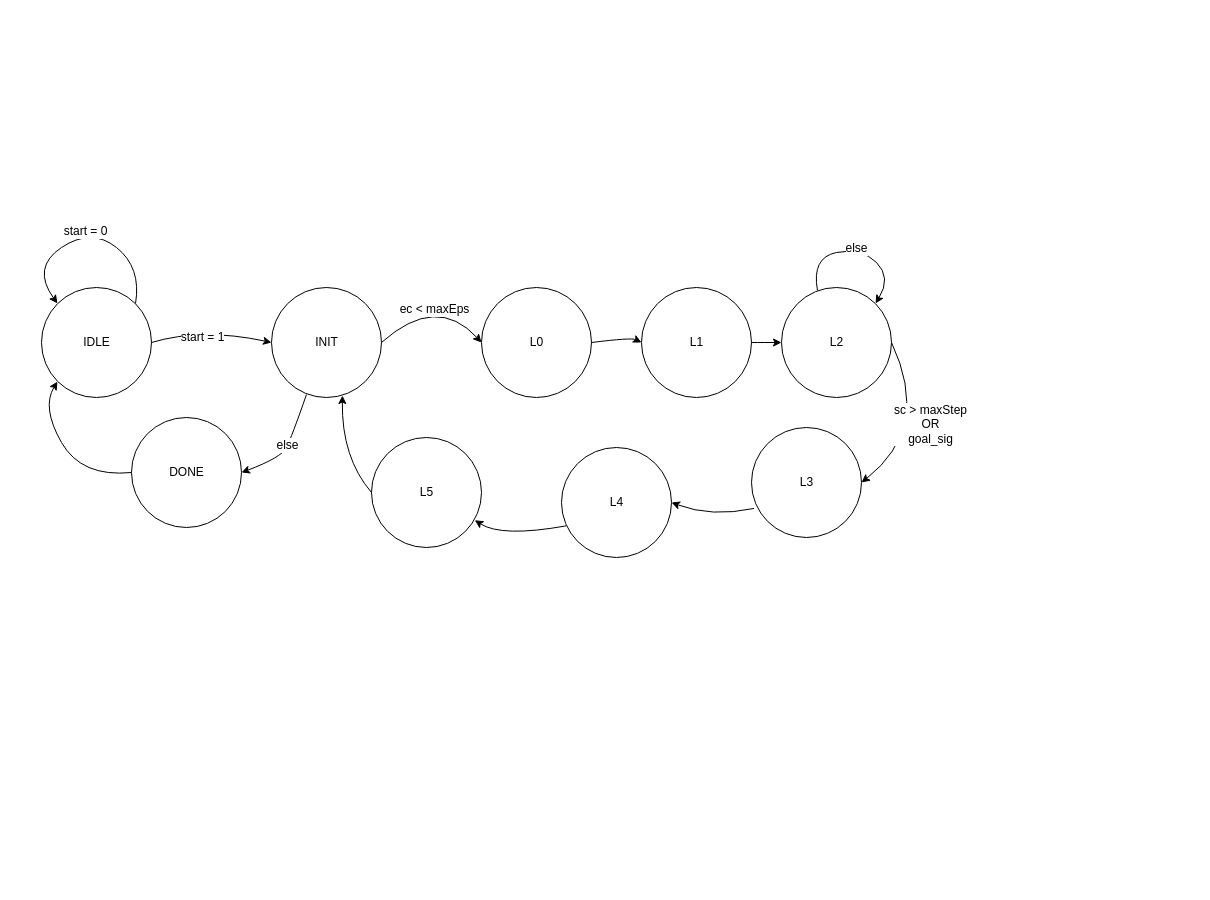
zulfikarna/intelight keeps this draw.io diagram as page "FSM_c2" (3 of 5) of intelight.drawio. Above is the earlier version. Source tidied: cells renumbered, new cells numbered last; positions are measured from the earlier drawing's top-left corner, leaving out a move shared by most shapes. Both pictures are drawn from the tidied source at 100%, with x=0, y=0 at pixel (31, 227).
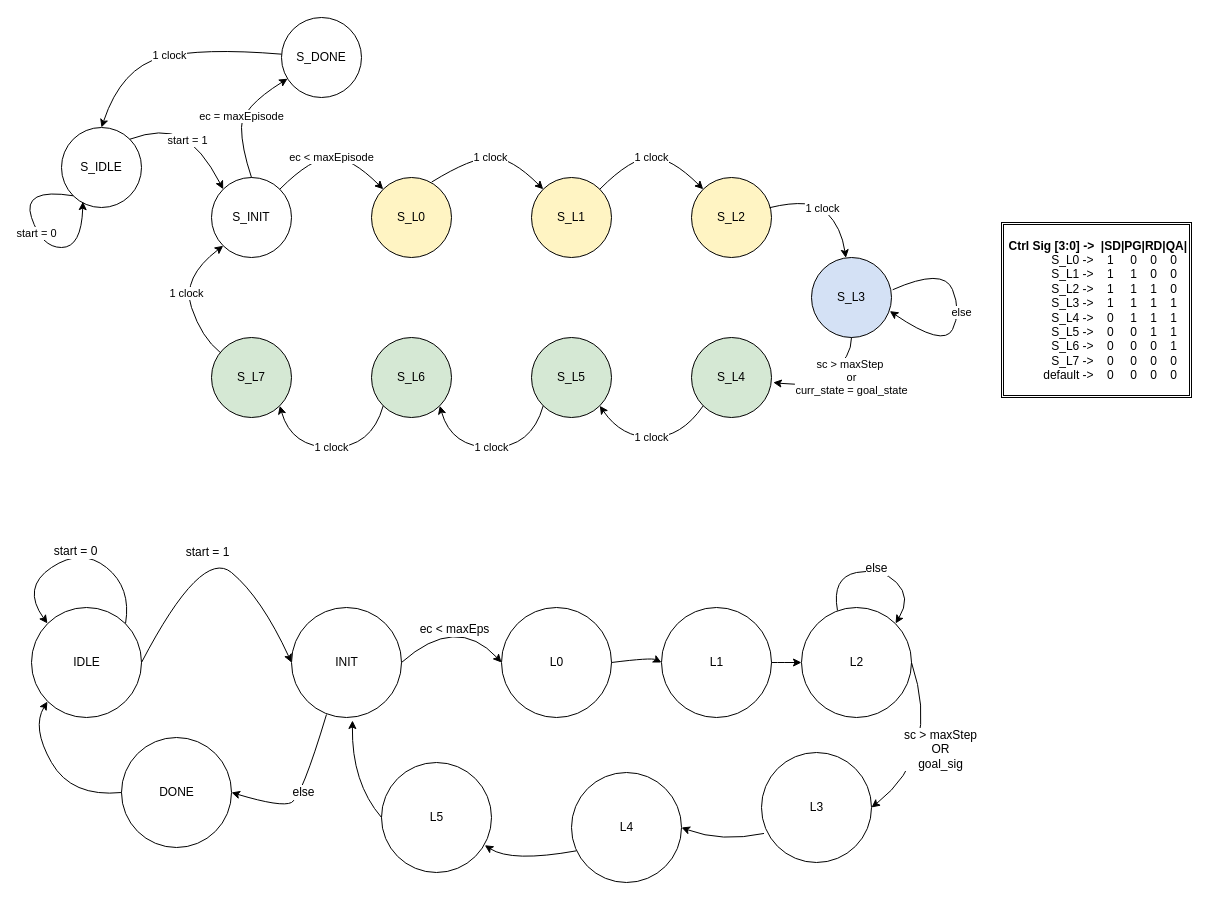
The same diagram, later.

Diff of the diagram source:
```diff
@@
+    <mxCell id="24" value="S_IDLE" style="ellipse;whiteSpace=wrap;html=1;" parent="1" vertex="1">
+      <mxGeometry x="30" y="-100" width="80" height="80" as="geometry" />
+    </mxCell>
     <mxCell id="2" value="IDLE" style="verticalLabelPosition=middle;verticalAlign=middle;html=1;shape=mxgraph.flowchart.on-page_reference;labelPosition=center;align=center;" parent="1" vertex="1">
-      <mxGeometry x="10" y="60" width="110" height="110" as="geometry" />
+      <mxGeometry y="380" width="110" height="110" as="geometry" />
     </mxCell>
+    <mxCell id="25" value="S_INIT" style="ellipse;whiteSpace=wrap;html=1;" parent="1" vertex="1">
+      <mxGeometry x="180" y="-50" width="80" height="80" as="geometry" />
+    </mxCell>
     <mxCell id="3" value="L2" style="verticalLabelPosition=middle;verticalAlign=middle;html=1;shape=mxgraph.flowchart.on-page_reference;labelPosition=center;align=center;" parent="1" vertex="1">
-      <mxGeometry x="750" y="60" width="110" height="110" as="geometry" />
+      <mxGeometry x="770" y="380" width="110" height="110" as="geometry" />
     </mxCell>
+    <mxCell id="26" value="start = 0" style="curved=1;endArrow=classic;html=1;rounded=0;exitX=0;exitY=1;exitDx=0;exitDy=0;entryX=0.268;entryY=0.927;entryDx=0;entryDy=0;entryPerimeter=0;" parent="1" edge="1" source="24" target="24">
+      <mxGeometry relative="1" as="geometry">
+        <Array as="points">
+          <mxPoint x="-10" y="-40" />
+          <mxPoint x="10" y="20" />
+          <mxPoint x="50" y="20" />
+        </Array>
+      </mxGeometry>
+    </mxCell>
     <mxCell id="4" value="L1" style="verticalLabelPosition=middle;verticalAlign=middle;html=1;shape=mxgraph.flowchart.on-page_reference;labelPosition=center;align=center;" parent="1" vertex="1">
-      <mxGeometry x="610" y="60" width="110" height="110" as="geometry" />
+      <mxGeometry x="630" y="380" width="110" height="110" as="geometry" />
     </mxCell>
+    <mxCell id="27" value="S_L0" style="ellipse;whiteSpace=wrap;html=1;fillColor=#FFF4C3;" parent="1" vertex="1">
+      <mxGeometry x="340" y="-50" width="80" height="80" as="geometry" />
+    </mxCell>
     <mxCell id="5" value="L0" style="verticalLabelPosition=middle;verticalAlign=middle;html=1;shape=mxgraph.flowchart.on-page_reference;labelPosition=center;align=center;" parent="1" vertex="1">
-      <mxGeometry x="450" y="60" width="110" height="110" as="geometry" />
+      <mxGeometry x="470" y="380" width="110" height="110" as="geometry" />
     </mxCell>
+    <mxCell id="28" value="S_L1" style="ellipse;whiteSpace=wrap;html=1;fillColor=#FFF4C3;" parent="1" vertex="1">
+      <mxGeometry x="500" y="-50" width="80" height="80" as="geometry" />
+    </mxCell>
     <mxCell id="6" value="DONE" style="verticalLabelPosition=middle;verticalAlign=middle;html=1;shape=mxgraph.flowchart.on-page_reference;labelPosition=center;align=center;" parent="1" vertex="1">
-      <mxGeometry x="100" y="190" width="110" height="110" as="geometry" />
+      <mxGeometry x="90" y="510" width="110" height="110" as="geometry" />
     </mxCell>
+    <mxCell id="29" value="S_L2" style="ellipse;whiteSpace=wrap;html=1;fillColor=#FFF4C3;" parent="1" vertex="1">
+      <mxGeometry x="660" y="-50" width="80" height="80" as="geometry" />
+    </mxCell>
     <mxCell id="7" value="INIT" style="verticalLabelPosition=middle;verticalAlign=middle;html=1;shape=mxgraph.flowchart.on-page_reference;labelPosition=center;align=center;" parent="1" vertex="1">
-      <mxGeometry x="240" y="60" width="110" height="110" as="geometry" />
+      <mxGeometry x="260" y="380" width="110" height="110" as="geometry" />
     </mxCell>
+    <mxCell id="30" value="S_L3" style="ellipse;whiteSpace=wrap;html=1;fillColor=#D4E1F5;" parent="1" vertex="1">
+      <mxGeometry x="780" y="30" width="80" height="80" as="geometry" />
+    </mxCell>
     <mxCell id="8" value="L5" style="verticalLabelPosition=middle;verticalAlign=middle;html=1;shape=mxgraph.flowchart.on-page_reference;labelPosition=center;align=center;" parent="1" vertex="1">
-      <mxGeometry x="340" y="210" width="110" height="110" as="geometry" />
+      <mxGeometry x="350" y="535" width="110" height="110" as="geometry" />
     </mxCell>
+    <mxCell id="31" value="S_L4" style="ellipse;whiteSpace=wrap;html=1;fillColor=#D5E8D4;" parent="1" vertex="1">
+      <mxGeometry x="660" y="110" width="80" height="80" as="geometry" />
+    </mxCell>
     <mxCell id="9" value="L4" style="verticalLabelPosition=middle;verticalAlign=middle;html=1;shape=mxgraph.flowchart.on-page_reference;labelPosition=center;align=center;" parent="1" vertex="1">
-      <mxGeometry x="530" y="220" width="110" height="110" as="geometry" />
+      <mxGeometry x="540" y="545" width="110" height="110" as="geometry" />
     </mxCell>
+    <mxCell id="32" value="S_L5" style="ellipse;whiteSpace=wrap;html=1;fillColor=#D5E8D4;" parent="1" vertex="1">
+      <mxGeometry x="500" y="110" width="80" height="80" as="geometry" />
+    </mxCell>
     <mxCell id="10" value="L3" style="verticalLabelPosition=middle;verticalAlign=middle;html=1;shape=mxgraph.flowchart.on-page_reference;labelPosition=center;align=center;" parent="1" vertex="1">
-      <mxGeometry x="720" y="200" width="110" height="110" as="geometry" />
+      <mxGeometry x="730" y="525" width="110" height="110" as="geometry" />
     </mxCell>
+    <mxCell id="33" value="S_L6" style="ellipse;whiteSpace=wrap;html=1;fillColor=#D5E8D4;" parent="1" vertex="1">
+      <mxGeometry x="340" y="110" width="80" height="80" as="geometry" />
+    </mxCell>
     <mxCell id="11" value="else" style="curved=1;endArrow=classic;html=1;rounded=0;entryX=1;entryY=0.5;entryDx=0;entryDy=0;entryPerimeter=0;exitX=0.318;exitY=0.973;exitDx=0;exitDy=0;exitPerimeter=0;fontSize=12;" parent="1" edge="1" source="7" target="6">
       <mxGeometry relative="1" as="geometry">
         <Array as="points">
-          <mxPoint x="260" y="210" />
-          <mxPoint x="250" y="230" />
+          <mxPoint x="270" y="570" />
+          <mxPoint x="250" y="580" />
         </Array>
       </mxGeometry>
     </mxCell>
+    <mxCell id="34" value="S_L7" style="ellipse;whiteSpace=wrap;html=1;fillColor=#D5E8D4;" parent="1" vertex="1">
+      <mxGeometry x="180" y="110" width="80" height="80" as="geometry" />
+    </mxCell>
     <mxCell id="12" style="curved=1;endArrow=classic;html=1;rounded=0;entryX=0.145;entryY=0.855;entryDx=0;entryDy=0;entryPerimeter=0;exitX=0;exitY=0.5;exitDx=0;exitDy=0;exitPerimeter=0;fontSize=12;" parent="1" edge="1" source="6" target="2">
       <mxGeometry relative="1" as="geometry">
         <Array as="points">
-          <mxPoint x="50" y="250" />
-          <mxPoint x="10" y="180" />
+          <mxPoint x="40" y="570" />
+          <mxPoint y="500" />
         </Array>
       </mxGeometry>
     </mxCell>
+    <mxCell id="35" value="ec &amp;lt; maxEpisode" style="curved=1;endArrow=classic;html=1;rounded=0;exitX=1;exitY=0;exitDx=0;exitDy=0;entryX=0;entryY=0;entryDx=0;entryDy=0;" parent="1" edge="1" source="25" target="27">
+      <mxGeometry relative="1" as="geometry">
+        <Array as="points">
+          <mxPoint x="280" y="-70" />
+          <mxPoint x="320" y="-70" />
+        </Array>
+      </mxGeometry>
+    </mxCell>
     <mxCell id="13" style="curved=1;endArrow=classic;html=1;rounded=0;exitX=1;exitY=0.5;exitDx=0;exitDy=0;exitPerimeter=0;fontSize=12;entryX=0;entryY=0.5;entryDx=0;entryDy=0;entryPerimeter=0;" parent="1" edge="1" source="2" target="7">
       <mxGeometry relative="1" as="geometry">
         <Array as="points">
-          <mxPoint x="170" y="100" />
+          <mxPoint x="170" y="320" />
+          <mxPoint x="230" y="370" />
         </Array>
       </mxGeometry>
     </mxCell>
@@
+    <mxCell id="36" value="start = 1" style="curved=1;endArrow=classic;html=1;rounded=0;exitX=1;exitY=0;exitDx=0;exitDy=0;entryX=0;entryY=0;entryDx=0;entryDy=0;" parent="1" edge="1" source="24" target="25">
+      <mxGeometry relative="1" as="geometry">
+        <Array as="points">
+          <mxPoint x="130" y="-100" />
+          <mxPoint x="170" y="-80" />
+        </Array>
+      </mxGeometry>
+    </mxCell>
     <mxCell id="15" value="start = 0" style="curved=1;endArrow=classic;html=1;rounded=0;entryX=0.145;entryY=0.145;entryDx=0;entryDy=0;entryPerimeter=0;exitX=0.855;exitY=0.145;exitDx=0;exitDy=0;exitPerimeter=0;fontSize=12;" parent="1" edge="1" source="2" target="2">
       <mxGeometry relative="1" as="geometry">
         <Array as="points">
-          <mxPoint x="110" y="40" />
-          <mxPoint x="60" />
-          <mxPoint y="40" />
+          <mxPoint x="100" y="360" />
+          <mxPoint x="50" y="320" />
+          <mxPoint x="-10" y="360" />
         </Array>
       </mxGeometry>
     </mxCell>
+    <mxCell id="37" value="1 clock" style="curved=1;endArrow=classic;html=1;rounded=0;exitX=0.752;exitY=0.057;exitDx=0;exitDy=0;entryX=0;entryY=0;entryDx=0;entryDy=0;exitPerimeter=0;" parent="1" edge="1" source="27" target="28">
+      <mxGeometry relative="1" as="geometry">
+        <Array as="points">
+          <mxPoint x="440" y="-70" />
+          <mxPoint x="480" y="-70" />
+        </Array>
+      </mxGeometry>
+    </mxCell>
     <mxCell id="16" value="ec &amp;lt; maxEps" style="curved=1;endArrow=classic;html=1;rounded=0;entryX=0;entryY=0.5;entryDx=0;entryDy=0;entryPerimeter=0;exitX=1;exitY=0.5;exitDx=0;exitDy=0;exitPerimeter=0;fontSize=12;" parent="1" edge="1" source="7" target="5">
       <mxGeometry x="-0.13" y="-10" relative="1" as="geometry">
         <Array as="points">
-          <mxPoint x="405" y="65.9" />
+          <mxPoint x="425" y="386" />
         </Array>
         <mxPoint x="1" as="offset" />
       </mxGeometry>
     </mxCell>
+    <mxCell id="38" value="1 clock" style="curved=1;endArrow=classic;html=1;rounded=0;exitX=1;exitY=0;exitDx=0;exitDy=0;" parent="1" edge="1" source="28" target="29">
+      <mxGeometry relative="1" as="geometry">
+        <Array as="points">
+          <mxPoint x="599.8" y="-70" />
+          <mxPoint x="639.8" y="-70" />
+        </Array>
+      </mxGeometry>
+    </mxCell>
     <mxCell id="17" style="curved=1;endArrow=classic;html=1;rounded=0;entryX=0;entryY=0.5;entryDx=0;entryDy=0;entryPerimeter=0;exitX=1;exitY=0.5;exitDx=0;exitDy=0;exitPerimeter=0;fontSize=12;" parent="1" edge="1" source="5" target="4">
       <mxGeometry relative="1" as="geometry">
         <Array as="points">
-          <mxPoint x="600" y="110" />
+          <mxPoint x="620" y="430" />
         </Array>
       </mxGeometry>
     </mxCell>
+    <mxCell id="39" value="1 clock" style="curved=1;endArrow=classic;html=1;rounded=0;exitX=0.977;exitY=0.377;exitDx=0;exitDy=0;exitPerimeter=0;" parent="1" edge="1" source="29" target="30">
+      <mxGeometry relative="1" as="geometry">
+        <Array as="points">
+          <mxPoint x="780" y="-30" />
+          <mxPoint x="810" />
+        </Array>
+      </mxGeometry>
+    </mxCell>
@@
+    <mxCell id="40" value="&lt;span style=&quot;color: rgb(0 , 0 , 0) ; font-size: 11px ; font-style: normal ; font-weight: 400 ; letter-spacing: normal ; text-align: center ; text-indent: 0px ; text-transform: none ; word-spacing: 0px ; background-color: rgb(255 , 255 , 255) ; font-family: &amp;#34;helvetica&amp;#34; ; display: inline ; float: none&quot;&gt;sc &amp;gt; maxStep&amp;nbsp;&lt;/span&gt;&lt;br style=&quot;color: rgb(0 , 0 , 0) ; font-size: 11px ; font-style: normal ; font-weight: 400 ; letter-spacing: normal ; text-align: center ; text-indent: 0px ; text-transform: none ; word-spacing: 0px ; font-family: &amp;#34;helvetica&amp;#34;&quot;&gt;&lt;span style=&quot;color: rgb(0 , 0 , 0) ; font-size: 11px ; font-style: normal ; font-weight: 400 ; letter-spacing: normal ; text-align: center ; text-indent: 0px ; text-transform: none ; word-spacing: 0px ; background-color: rgb(255 , 255 , 255) ; font-family: &amp;#34;helvetica&amp;#34; ; display: inline ; float: none&quot;&gt;or&lt;/span&gt;&lt;br style=&quot;color: rgb(0 , 0 , 0) ; font-size: 11px ; font-style: normal ; font-weight: 400 ; letter-spacing: normal ; text-align: center ; text-indent: 0px ; text-transform: none ; word-spacing: 0px ; font-family: &amp;#34;helvetica&amp;#34;&quot;&gt;&lt;span style=&quot;color: rgb(0 , 0 , 0) ; font-size: 11px ; font-style: normal ; font-weight: 400 ; letter-spacing: normal ; text-align: center ; text-indent: 0px ; text-transform: none ; word-spacing: 0px ; background-color: rgb(255 , 255 , 255) ; font-family: &amp;#34;helvetica&amp;#34; ; display: inline ; float: none&quot;&gt;curr_state = goal_state&lt;/span&gt;" style="curved=1;endArrow=classic;html=1;rounded=0;exitX=0.5;exitY=1;exitDx=0;exitDy=0;entryX=1.022;entryY=0.562;entryDx=0;entryDy=0;entryPerimeter=0;" parent="1" edge="1" source="30" target="31">
+      <mxGeometry x="-0.41" y="16" relative="1" as="geometry">
+        <Array as="points">
+          <mxPoint x="820" y="130" />
+          <mxPoint x="780" y="160" />
+        </Array>
+      </mxGeometry>
+    </mxCell>
     <mxCell id="19" value="sc &amp;gt; maxStep&lt;br&gt;OR&lt;br&gt;goal_sig" style="curved=1;endArrow=classic;html=1;rounded=0;entryX=1;entryY=0.5;entryDx=0;entryDy=0;entryPerimeter=0;exitX=1;exitY=0.5;exitDx=0;exitDy=0;exitPerimeter=0;fontSize=12;" parent="1" edge="1" source="3" target="10">
       <mxGeometry relative="1" as="geometry">
         <Array as="points">
-          <mxPoint x="900" y="200" />
+          <mxPoint x="910" y="525" />
         </Array>
       </mxGeometry>
     </mxCell>
+    <mxCell id="41" value="1 clock" style="curved=1;endArrow=classic;html=1;rounded=0;exitX=0;exitY=1;exitDx=0;exitDy=0;entryX=1;entryY=1;entryDx=0;entryDy=0;" parent="1" edge="1" source="31" target="32">
+      <mxGeometry relative="1" as="geometry">
+        <Array as="points">
+          <mxPoint x="650" y="210" />
+          <mxPoint x="590" y="210" />
+        </Array>
+      </mxGeometry>
+    </mxCell>
     <mxCell id="20" value="else" style="curved=1;endArrow=classic;html=1;rounded=0;entryX=0.855;entryY=0.145;entryDx=0;entryDy=0;entryPerimeter=0;exitX=0.327;exitY=0.027;exitDx=0;exitDy=0;exitPerimeter=0;fontSize=12;" parent="1" edge="1" source="3" target="3">
       <mxGeometry relative="1" as="geometry">
         <Array as="points">
-          <mxPoint x="780" y="30" />
-          <mxPoint x="830" y="20" />
-          <mxPoint x="860" y="50" />
+          <mxPoint x="800" y="350" />
+          <mxPoint x="850" y="340" />
+          <mxPoint x="880" y="370" />
         </Array>
       </mxGeometry>
     </mxCell>
+    <mxCell id="42" value="1 clock" style="curved=1;endArrow=classic;html=1;rounded=0;exitX=0;exitY=1;exitDx=0;exitDy=0;entryX=1;entryY=1;entryDx=0;entryDy=0;" parent="1" edge="1" source="32" target="33">
+      <mxGeometry relative="1" as="geometry">
+        <Array as="points">
+          <mxPoint x="500" y="220" />
+          <mxPoint x="420" y="220" />
+        </Array>
+      </mxGeometry>
+    </mxCell>
     <mxCell id="21" style="curved=1;endArrow=classic;html=1;rounded=0;entryX=1;entryY=0.5;entryDx=0;entryDy=0;entryPerimeter=0;exitX=0.023;exitY=0.736;exitDx=0;exitDy=0;exitPerimeter=0;fontSize=12;" parent="1" edge="1" source="10" target="9">
       <mxGeometry relative="1" as="geometry">
         <Array as="points">
-          <mxPoint x="680" y="290" />
+          <mxPoint x="690" y="615" />
         </Array>
       </mxGeometry>
     </mxCell>
+    <mxCell id="43" value="1 clock" style="curved=1;endArrow=classic;html=1;rounded=0;exitX=0;exitY=1;exitDx=0;exitDy=0;entryX=1;entryY=1;entryDx=0;entryDy=0;" parent="1" edge="1" source="33" target="34">
+      <mxGeometry relative="1" as="geometry">
+        <Array as="points">
+          <mxPoint x="340" y="220" />
+          <mxPoint x="260" y="220" />
+        </Array>
+      </mxGeometry>
+    </mxCell>
     <mxCell id="22" style="curved=1;endArrow=classic;html=1;rounded=0;entryX=0.939;entryY=0.752;entryDx=0;entryDy=0;entryPerimeter=0;exitX=0.045;exitY=0.712;exitDx=0;exitDy=0;exitPerimeter=0;fontSize=12;" parent="1" edge="1" source="9" target="8">
       <mxGeometry relative="1" as="geometry">
         <Array as="points">
-          <mxPoint x="470" y="310" />
+          <mxPoint x="480" y="635" />
         </Array>
       </mxGeometry>
     </mxCell>
+    <mxCell id="44" value="1 clock" style="curved=1;endArrow=classic;html=1;rounded=0;entryX=0;entryY=1;entryDx=0;entryDy=0;" parent="1" edge="1" source="34" target="25">
+      <mxGeometry relative="1" as="geometry">
+        <Array as="points">
+          <mxPoint x="170" y="110" />
+          <mxPoint x="150" y="50" />
+        </Array>
+      </mxGeometry>
+    </mxCell>
-    <mxCell id="23" style="curved=1;endArrow=classic;html=1;rounded=0;entryX=0.645;entryY=0.982;entryDx=0;entryDy=0;entryPerimeter=0;exitX=0;exitY=0.5;exitDx=0;exitDy=0;exitPerimeter=0;fontSize=12;" parent="1" edge="1" source="8" target="7">
+    <mxCell id="23" style="curved=1;endArrow=classic;html=1;rounded=0;entryX=0.645;entryY=0.982;entryDx=0;entryDy=0;entryPerimeter=0;exitX=0;exitY=0.5;exitDx=0;exitDy=0;exitPerimeter=0;fontSize=12;" parent="1" edge="1" source="8">
       <mxGeometry relative="1" as="geometry">
+        <mxPoint x="321" y="493" as="targetPoint" />
         <Array as="points">
-          <mxPoint x="310" y="230" />
+          <mxPoint x="320" y="555" />
         </Array>
       </mxGeometry>
     </mxCell>
+    <mxCell id="45" value="ec = maxEpisode" style="curved=1;endArrow=classic;html=1;rounded=0;exitX=0.5;exitY=0;exitDx=0;exitDy=0;" parent="1" edge="1" source="25" target="46">
+      <mxGeometry relative="1" as="geometry">
+        <Array as="points">
+          <mxPoint x="210" y="-80" />
+          <mxPoint x="210" y="-120" />
+        </Array>
+      </mxGeometry>
+    </mxCell>
+    <mxCell id="46" value="S_DONE" style="ellipse;whiteSpace=wrap;html=1;" parent="1" vertex="1">
+      <mxGeometry x="250" y="-210" width="80" height="80" as="geometry" />
+    </mxCell>
+    <mxCell id="47" value="else" style="curved=1;endArrow=classic;html=1;rounded=0;exitX=1.015;exitY=0.403;exitDx=0;exitDy=0;exitPerimeter=0;entryX=0.979;entryY=0.67;entryDx=0;entryDy=0;entryPerimeter=0;" parent="1" edge="1" source="30" target="30">
+      <mxGeometry relative="1" as="geometry">
+        <Array as="points">
+          <mxPoint x="911.8" y="39.8" />
+          <mxPoint x="930" y="84" />
+          <mxPoint x="912" y="120" />
+        </Array>
+      </mxGeometry>
+    </mxCell>
+    <mxCell id="48" value="1 clock" style="curved=1;endArrow=classic;html=1;rounded=0;entryX=0.5;entryY=0;entryDx=0;entryDy=0;" parent="1" edge="1" source="46" target="24">
+      <mxGeometry relative="1" as="geometry">
+        <Array as="points">
+          <mxPoint x="170" y="-180" />
+          <mxPoint x="90" y="-160" />
+        </Array>
+      </mxGeometry>
+    </mxCell>
+    <mxCell id="49" value="&lt;b&gt;Ctrl Sig [3:0] -&amp;gt;&amp;nbsp; |SD|PG|RD|QA|&lt;/b&gt;&lt;br&gt;S_L0 -&amp;gt;&amp;nbsp; &amp;nbsp; 1&amp;nbsp; &amp;nbsp; &amp;nbsp;0&amp;nbsp; &amp;nbsp; 0&amp;nbsp; &amp;nbsp; 0&amp;nbsp; &amp;nbsp;&lt;br&gt;S_L1 -&amp;gt;&amp;nbsp; &amp;nbsp; 1&amp;nbsp; &amp;nbsp; &amp;nbsp;1&amp;nbsp; &amp;nbsp; 0&amp;nbsp; &amp;nbsp; 0&amp;nbsp; &amp;nbsp;&lt;br&gt;S_L2 -&amp;gt;&amp;nbsp; &amp;nbsp; 1&amp;nbsp; &amp;nbsp; &amp;nbsp;1&amp;nbsp; &amp;nbsp; 1&amp;nbsp; &amp;nbsp; 0&amp;nbsp; &amp;nbsp;&lt;br&gt;S_L3 -&amp;gt;&amp;nbsp; &amp;nbsp; 1&amp;nbsp; &amp;nbsp; &amp;nbsp;1&amp;nbsp; &amp;nbsp; 1&amp;nbsp; &amp;nbsp; 1&amp;nbsp; &amp;nbsp;&lt;br&gt;S_L4 -&amp;gt;&amp;nbsp; &amp;nbsp; 0&amp;nbsp; &amp;nbsp; &amp;nbsp;1&amp;nbsp; &amp;nbsp; 1&amp;nbsp; &amp;nbsp; 1&amp;nbsp; &amp;nbsp;&lt;br&gt;S_L5 -&amp;gt;&amp;nbsp; &amp;nbsp; 0&amp;nbsp; &amp;nbsp; &amp;nbsp;0&amp;nbsp; &amp;nbsp; 1&amp;nbsp; &amp;nbsp; 1&amp;nbsp; &amp;nbsp;&lt;br&gt;S_L6 -&amp;gt;&amp;nbsp; &amp;nbsp; 0&amp;nbsp; &amp;nbsp; &amp;nbsp;0&amp;nbsp; &amp;nbsp; 0&amp;nbsp; &amp;nbsp; 1&amp;nbsp; &amp;nbsp;&lt;br&gt;S_L7 -&amp;gt;&amp;nbsp; &amp;nbsp; 0&amp;nbsp; &amp;nbsp; &amp;nbsp;0&amp;nbsp; &amp;nbsp; 0&amp;nbsp; &amp;nbsp; 0&amp;nbsp; &amp;nbsp;&lt;br&gt;default -&amp;gt;&amp;nbsp; &amp;nbsp; 0&amp;nbsp; &amp;nbsp; &amp;nbsp;0&amp;nbsp; &amp;nbsp; 0&amp;nbsp; &amp;nbsp; 0&amp;nbsp; &amp;nbsp;" style="shape=ext;double=1;rounded=0;whiteSpace=wrap;html=1;fillColor=#FFFFFF;align=right;" parent="1" vertex="1">
+      <mxGeometry x="970" y="-5" width="190" height="175" as="geometry" />
+    </mxCell>
```
